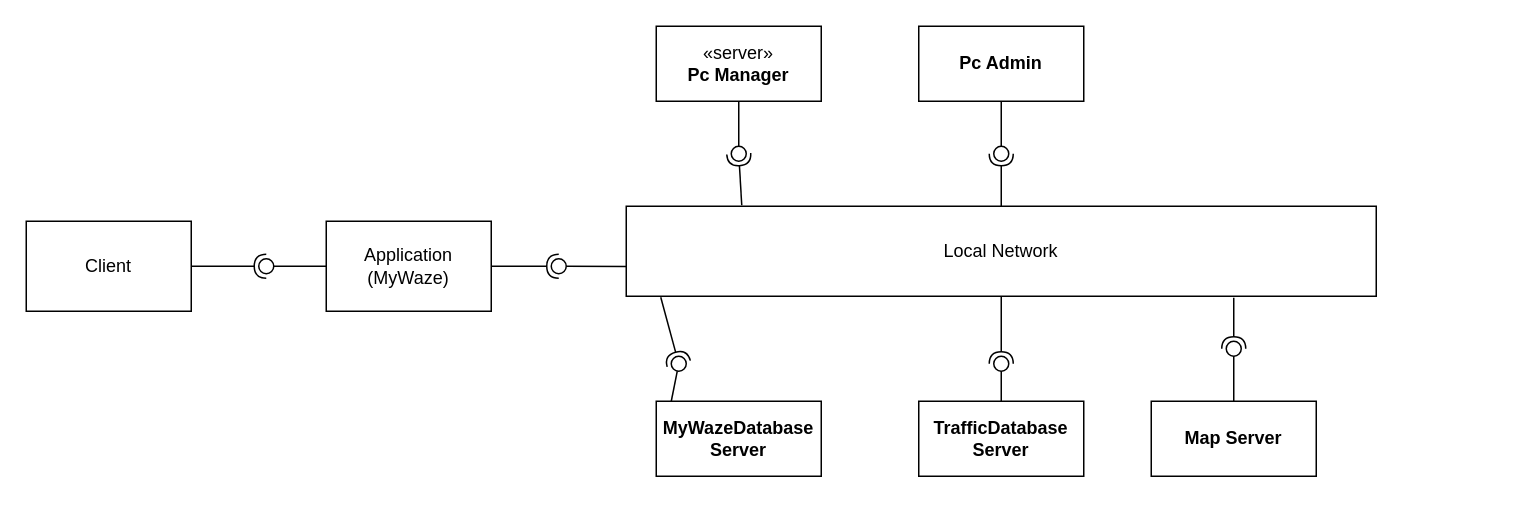
The draw.io diagram Diagrams/DeploymentIBD.drawio in luislamy/msp, before the edit. Source tidied: cells renumbered, new cells numbered last; positions are measured from the earlier drawing's top-left corner, leaving out a move shared by most shapes. Both pictures are drawn from the tidied source at 150%, with x=0, y=0 at pixel (26, 26).
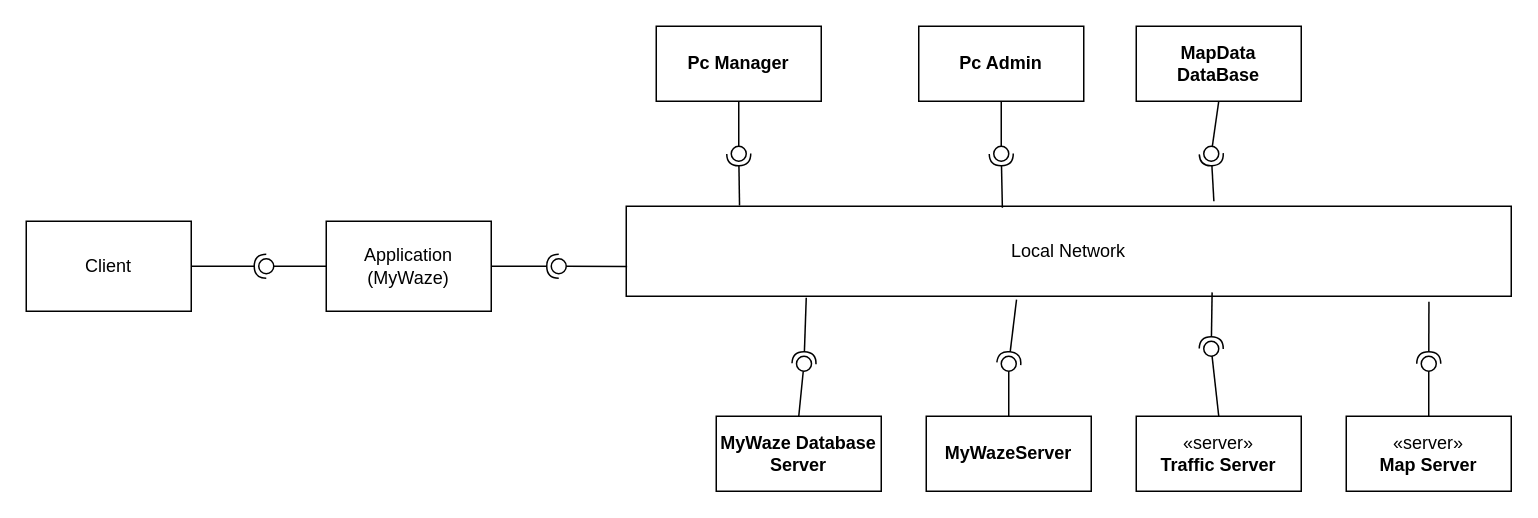
Above is the later version.

Unchanged cells that the change refers to:
```xml
<mxCell id="27" style="ellipse;whiteSpace=wrap;html=1;align=center;fillColor=none;strokeColor=none;perimeter=centerPerimeter;points=[];outlineConnect=1;" parent="1" vertex="1">
  <mxGeometry x="470" y="80" width="10" height="10" as="geometry" />
</mxCell>
<mxCell id="30" style="ellipse;whiteSpace=wrap;html=1;align=center;fillColor=none;strokeColor=none;perimeter=centerPerimeter;points=[];outlineConnect=1;" parent="1" vertex="1">
  <mxGeometry x="645" y="80" width="10" height="10" as="geometry" />
</mxCell>
```

The edit, as a diff of the source:
```diff
@@
     <mxCell id="2" value="Local Network" style="rounded=0;whiteSpace=wrap;html=1;" parent="1" vertex="1">
-      <mxGeometry x="400" y="120" width="500" height="60" as="geometry" />
+      <mxGeometry x="400" y="120" width="590" height="60" as="geometry" />
     </mxCell>
@@
-    <mxCell id="5" value="&lt;b&gt;MyWazeDatabase Server&lt;/b&gt;" style="html=1;whiteSpace=wrap;" parent="1" vertex="1">
-      <mxGeometry x="420" y="250" width="110" height="50" as="geometry" />
-    </mxCell>
-    <mxCell id="6" value="&lt;b&gt;TrafficDatabase Server&lt;/b&gt;" style="html=1;whiteSpace=wrap;" parent="1" vertex="1">
-      <mxGeometry x="595" y="250" width="110" height="50" as="geometry" />
-    </mxCell>
-    <mxCell id="7" value="&lt;b&gt;Map Server&lt;/b&gt;" style="html=1;whiteSpace=wrap;" parent="1" vertex="1">
-      <mxGeometry x="750" y="250" width="110" height="50" as="geometry" />
-    </mxCell>
@@
-    <mxCell id="11" style="rounded=0;jettySize=auto;html=1;endArrow=halfCircle;endFill=0;endSize=6;strokeWidth=1;sketch=0;exitX=0.046;exitY=1.011;exitDx=0;exitDy=0;exitPerimeter=0;" parent="1" edge="1" source="2" target="13">
-      <mxGeometry relative="1" as="geometry" />
-    </mxCell>
-    <mxCell id="12" style="rounded=0;jettySize=auto;html=1;endArrow=oval;endFill=0;sketch=0;sourcePerimeterSpacing=0;targetPerimeterSpacing=0;endSize=10;exitX=0.091;exitY=0;exitDx=0;exitDy=0;exitPerimeter=0;" parent="1" edge="1" source="5" target="13">
-      <mxGeometry relative="1" as="geometry" />
-    </mxCell>
-    <mxCell id="13" style="ellipse;whiteSpace=wrap;html=1;align=center;fillColor=none;strokeColor=none;perimeter=centerPerimeter;points=[];outlineConnect=1;" parent="1" vertex="1">
-      <mxGeometry x="430" y="220" width="10" height="10" as="geometry" />
-    </mxCell>
-    <mxCell id="14" style="rounded=0;jettySize=auto;html=1;endArrow=halfCircle;endFill=0;endSize=6;strokeWidth=1;sketch=0;exitX=0.5;exitY=1;exitDx=0;exitDy=0;" parent="1" edge="1" source="2" target="16">
-      <mxGeometry relative="1" as="geometry" />
-    </mxCell>
-    <mxCell id="15" style="rounded=0;jettySize=auto;html=1;endArrow=oval;endFill=0;sketch=0;sourcePerimeterSpacing=0;targetPerimeterSpacing=0;endSize=10;exitX=0.5;exitY=0;exitDx=0;exitDy=0;" parent="1" edge="1" source="6" target="16">
-      <mxGeometry relative="1" as="geometry" />
-    </mxCell>
-    <mxCell id="16" style="ellipse;whiteSpace=wrap;html=1;align=center;fillColor=none;strokeColor=none;perimeter=centerPerimeter;points=[];outlineConnect=1;" parent="1" vertex="1">
-      <mxGeometry x="645" y="220" width="10" height="10" as="geometry" />
-    </mxCell>
-    <mxCell id="17" style="rounded=0;jettySize=auto;html=1;endArrow=halfCircle;endFill=0;endSize=6;strokeWidth=1;sketch=0;" parent="1" edge="1" target="19">
-      <mxGeometry relative="1" as="geometry">
-        <mxPoint x="805" y="181" as="sourcePoint" />
-      </mxGeometry>
-    </mxCell>
-    <mxCell id="18" style="rounded=0;jettySize=auto;html=1;endArrow=oval;endFill=0;sketch=0;sourcePerimeterSpacing=0;targetPerimeterSpacing=0;endSize=10;exitX=0.5;exitY=0;exitDx=0;exitDy=0;" parent="1" edge="1" source="7" target="19">
-      <mxGeometry relative="1" as="geometry" />
-    </mxCell>
-    <mxCell id="19" style="ellipse;whiteSpace=wrap;html=1;align=center;fillColor=none;strokeColor=none;perimeter=centerPerimeter;points=[];outlineConnect=1;" parent="1" vertex="1">
-      <mxGeometry x="800" y="210" width="10" height="10" as="geometry" />
-    </mxCell>
@@
-    <mxCell id="23" value="«server»&lt;br&gt;&lt;b&gt;Pc Manager&lt;/b&gt;" style="html=1;whiteSpace=wrap;" parent="1" vertex="1">
+    <mxCell id="23" value="&lt;b&gt;Pc Manager&lt;/b&gt;" style="html=1;whiteSpace=wrap;" parent="1" vertex="1">
       <mxGeometry x="420" width="110" height="50" as="geometry" />
     </mxCell>
@@
-    <mxCell id="25" style="rounded=0;jettySize=auto;html=1;endArrow=halfCircle;endFill=0;endSize=6;strokeWidth=1;sketch=0;exitX=0.154;exitY=-0.012;exitDx=0;exitDy=0;exitPerimeter=0;" parent="1" edge="1" source="2" target="27">
+    <mxCell id="25" style="rounded=0;jettySize=auto;html=1;endArrow=halfCircle;endFill=0;endSize=6;strokeWidth=1;sketch=0;exitX=0.128;exitY=-0.009;exitDx=0;exitDy=0;exitPerimeter=0;" parent="1" edge="1" source="2" target="27">
       <mxGeometry relative="1" as="geometry" />
     </mxCell>
@@
-    <mxCell id="28" style="rounded=0;jettySize=auto;html=1;endArrow=halfCircle;endFill=0;endSize=6;strokeWidth=1;sketch=0;exitX=0.5;exitY=0;exitDx=0;exitDy=0;" parent="1" edge="1" source="2" target="30">
+    <mxCell id="28" style="rounded=0;jettySize=auto;html=1;endArrow=halfCircle;endFill=0;endSize=6;strokeWidth=1;sketch=0;exitX=0.425;exitY=0.017;exitDx=0;exitDy=0;exitPerimeter=0;" parent="1" edge="1" source="2" target="30">
       <mxGeometry relative="1" as="geometry" />
     </mxCell>
@@
+    <mxCell id="31" value="&lt;b&gt;MyWazeServer&lt;/b&gt;" style="html=1;whiteSpace=wrap;" parent="1" vertex="1">
+      <mxGeometry x="600" y="260" width="110" height="50" as="geometry" />
+    </mxCell>
+    <mxCell id="32" value="&lt;b&gt;MyWaze Database Server&lt;/b&gt;" style="html=1;whiteSpace=wrap;" parent="1" vertex="1">
+      <mxGeometry x="460" y="260" width="110" height="50" as="geometry" />
+    </mxCell>
+    <mxCell id="33" value="&lt;b&gt;MapData DataBase&lt;/b&gt;" style="html=1;whiteSpace=wrap;" parent="1" vertex="1">
+      <mxGeometry x="740" width="110" height="50" as="geometry" />
+    </mxCell>
+    <mxCell id="34" value="«server»&lt;br&gt;&lt;b&gt;Traffic Server&lt;/b&gt;" style="html=1;whiteSpace=wrap;" parent="1" vertex="1">
+      <mxGeometry x="740" y="260" width="110" height="50" as="geometry" />
+    </mxCell>
+    <mxCell id="35" value="«server»&lt;br&gt;&lt;b&gt;Map Server&lt;/b&gt;" style="html=1;whiteSpace=wrap;" parent="1" vertex="1">
+      <mxGeometry x="880" y="260" width="110" height="50" as="geometry" />
+    </mxCell>
+    <mxCell id="36" style="rounded=0;jettySize=auto;html=1;endArrow=halfCircle;endFill=0;endSize=6;strokeWidth=1;sketch=0;exitX=0.664;exitY=-0.055;exitDx=0;exitDy=0;exitPerimeter=0;" parent="1" edge="1" source="2" target="38">
+      <mxGeometry relative="1" as="geometry" />
+    </mxCell>
+    <mxCell id="37" style="rounded=0;jettySize=auto;html=1;endArrow=oval;endFill=0;sketch=0;sourcePerimeterSpacing=0;targetPerimeterSpacing=0;endSize=10;exitX=0.5;exitY=1;exitDx=0;exitDy=0;" parent="1" edge="1" source="33" target="38">
+      <mxGeometry relative="1" as="geometry" />
+    </mxCell>
+    <mxCell id="38" style="ellipse;whiteSpace=wrap;html=1;align=center;fillColor=none;strokeColor=none;perimeter=centerPerimeter;points=[];outlineConnect=1;" parent="1" vertex="1">
+      <mxGeometry x="785" y="80" width="10" height="10" as="geometry" />
+    </mxCell>
+    <mxCell id="39" style="rounded=0;jettySize=auto;html=1;endArrow=halfCircle;endFill=0;endSize=6;strokeWidth=1;sketch=0;exitX=0.662;exitY=0.957;exitDx=0;exitDy=0;exitPerimeter=0;" parent="1" edge="1" source="2" target="41">
+      <mxGeometry relative="1" as="geometry" />
+    </mxCell>
+    <mxCell id="40" style="rounded=0;jettySize=auto;html=1;endArrow=oval;endFill=0;sketch=0;sourcePerimeterSpacing=0;targetPerimeterSpacing=0;endSize=10;exitX=0.5;exitY=0;exitDx=0;exitDy=0;" parent="1" edge="1" source="34" target="41">
+      <mxGeometry relative="1" as="geometry" />
+    </mxCell>
+    <mxCell id="41" style="ellipse;whiteSpace=wrap;html=1;align=center;fillColor=none;strokeColor=none;perimeter=centerPerimeter;points=[];outlineConnect=1;" parent="1" vertex="1">
+      <mxGeometry x="785" y="210" width="10" height="10" as="geometry" />
+    </mxCell>
+    <mxCell id="42" style="rounded=0;jettySize=auto;html=1;endArrow=halfCircle;endFill=0;endSize=6;strokeWidth=1;sketch=0;exitX=0.907;exitY=1.06;exitDx=0;exitDy=0;exitPerimeter=0;" parent="1" edge="1" source="2" target="44">
+      <mxGeometry relative="1" as="geometry" />
+    </mxCell>
+    <mxCell id="43" style="rounded=0;jettySize=auto;html=1;endArrow=oval;endFill=0;sketch=0;sourcePerimeterSpacing=0;targetPerimeterSpacing=0;endSize=10;exitX=0.5;exitY=0;exitDx=0;exitDy=0;" parent="1" edge="1" source="35" target="44">
+      <mxGeometry relative="1" as="geometry" />
+    </mxCell>
+    <mxCell id="44" style="ellipse;whiteSpace=wrap;html=1;align=center;fillColor=none;strokeColor=none;perimeter=centerPerimeter;points=[];outlineConnect=1;" parent="1" vertex="1">
+      <mxGeometry x="930" y="220" width="10" height="10" as="geometry" />
+    </mxCell>
+    <mxCell id="45" style="rounded=0;jettySize=auto;html=1;endArrow=halfCircle;endFill=0;endSize=6;strokeWidth=1;sketch=0;exitX=0.441;exitY=1.037;exitDx=0;exitDy=0;exitPerimeter=0;" parent="1" edge="1" source="2" target="47">
+      <mxGeometry relative="1" as="geometry" />
+    </mxCell>
+    <mxCell id="46" style="rounded=0;jettySize=auto;html=1;endArrow=oval;endFill=0;sketch=0;sourcePerimeterSpacing=0;targetPerimeterSpacing=0;endSize=10;exitX=0.5;exitY=0;exitDx=0;exitDy=0;" parent="1" edge="1" source="31" target="47">
+      <mxGeometry relative="1" as="geometry" />
+    </mxCell>
+    <mxCell id="47" style="ellipse;whiteSpace=wrap;html=1;align=center;fillColor=none;strokeColor=none;perimeter=centerPerimeter;points=[];outlineConnect=1;" parent="1" vertex="1">
+      <mxGeometry x="650" y="220" width="10" height="10" as="geometry" />
+    </mxCell>
+    <mxCell id="48" style="rounded=0;jettySize=auto;html=1;endArrow=halfCircle;endFill=0;endSize=6;strokeWidth=1;sketch=0;" parent="1" edge="1" target="50">
+      <mxGeometry relative="1" as="geometry">
+        <mxPoint x="520" y="181" as="sourcePoint" />
+      </mxGeometry>
+    </mxCell>
+    <mxCell id="49" style="rounded=0;jettySize=auto;html=1;endArrow=oval;endFill=0;sketch=0;sourcePerimeterSpacing=0;targetPerimeterSpacing=0;endSize=10;exitX=0.5;exitY=0;exitDx=0;exitDy=0;" parent="1" edge="1" source="32" target="50">
+      <mxGeometry relative="1" as="geometry" />
+    </mxCell>
+    <mxCell id="50" style="ellipse;whiteSpace=wrap;html=1;align=center;fillColor=none;strokeColor=none;perimeter=centerPerimeter;points=[];outlineConnect=1;" parent="1" vertex="1">
+      <mxGeometry x="513.5" y="220" width="10" height="10" as="geometry" />
+    </mxCell>
```
